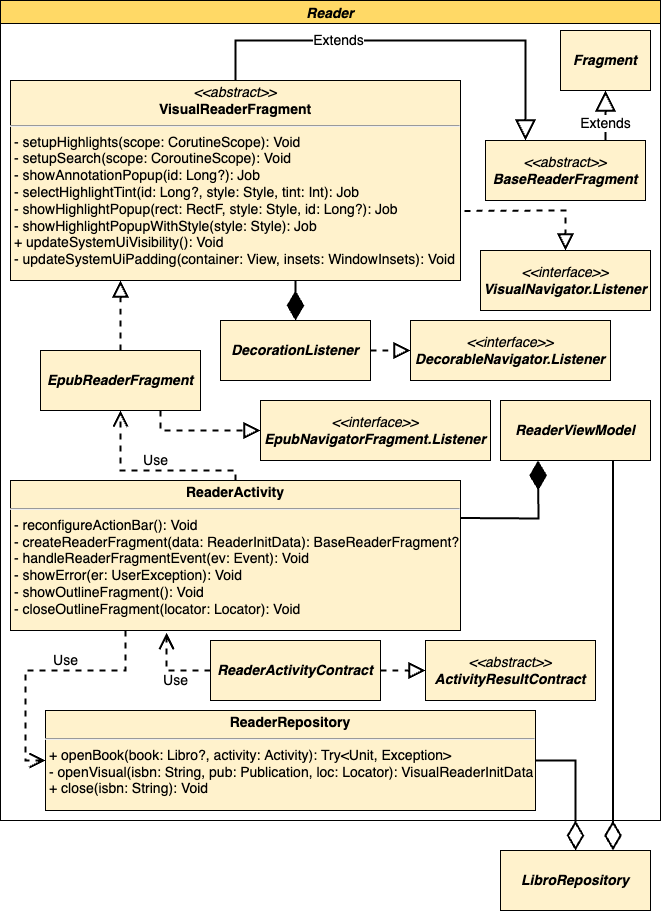
This is img/tesi-2-Page-16.drawio.png from paganellif/tesi-paganelli, a draw.io export, as it was before one commit. Source tidied: cells renumbered, new cells last; positions are measured from the earlier drawing's top-left corner, leaving out a move shared by most shapes.
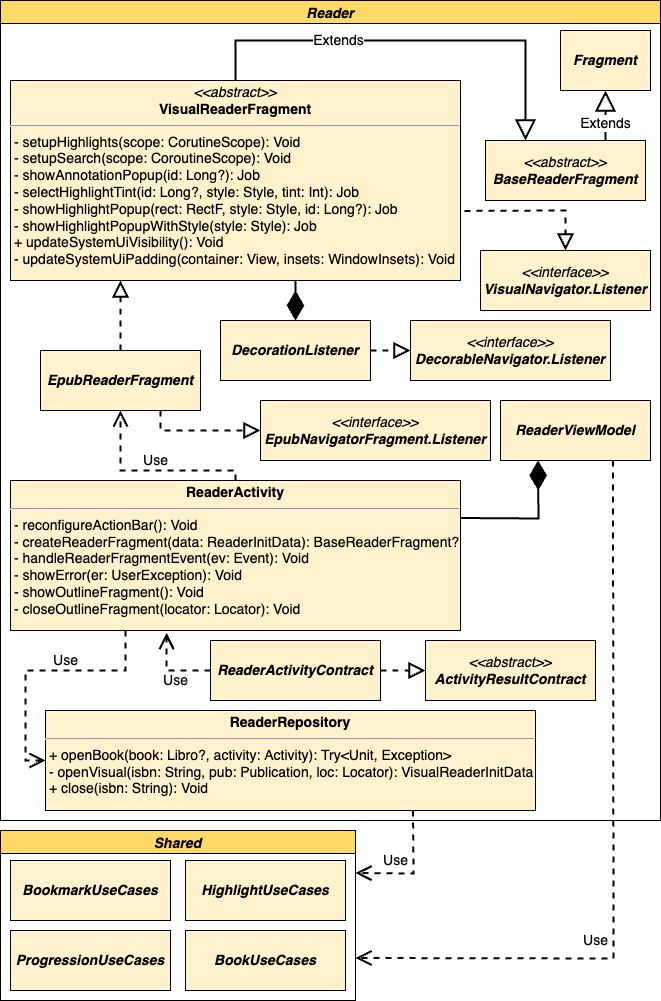
Later version of the same file.

Diff of the diagram source:
```diff
@@ -84,19 +84,6 @@
         </Array>
       </mxGeometry>
     </mxCell>
-    <mxCell id="19" value="&lt;span style=&quot;font-size: 14px;&quot;&gt;&lt;span style=&quot;font-size: 14px;&quot;&gt;&lt;b style=&quot;font-style: italic;&quot;&gt;LibroRepository&lt;/b&gt;&lt;/span&gt;&lt;/span&gt;" style="rounded=0;whiteSpace=wrap;html=1;fontSize=14;strokeColor=#000000;fillColor=#FFF2CC;" parent="1" vertex="1">
-      <mxGeometry x="500" y="850" width="150" height="60" as="geometry" />
-    </mxCell>
-    <mxCell id="20" style="endArrow=diamondThin;endFill=0;endSize=24;html=1;rounded=0;strokeWidth=2;fontSize=14;exitX=0.75;exitY=1;exitDx=0;exitDy=0;entryX=0.75;entryY=0;entryDx=0;entryDy=0;" parent="1" edge="1" source="17" target="19">
-      <mxGeometry relative="1" as="geometry" />
-    </mxCell>
-    <mxCell id="21" style="endArrow=diamondThin;endFill=0;endSize=24;html=1;rounded=0;strokeWidth=2;fontSize=14;entryX=0.5;entryY=0;entryDx=0;entryDy=0;exitX=1;exitY=0.5;exitDx=0;exitDy=0;" parent="1" edge="1" source="30" target="19">
-      <mxGeometry relative="1" as="geometry">
-        <Array as="points">
-          <mxPoint x="575" y="760" />
-        </Array>
-      </mxGeometry>
-    </mxCell>
     <mxCell id="22" value="Use" style="endArrow=open;endSize=12;dashed=1;html=1;rounded=0;fontSize=14;strokeWidth=2;entryX=0;entryY=0.5;entryDx=0;entryDy=0;" parent="1" edge="1" target="30">
       <mxGeometry x="-0.2" y="-10" relative="1" as="geometry">
         <mxPoint x="125" y="630" as="sourcePoint" />
@@ -131,5 +118,34 @@
     <mxCell id="30" value="&lt;p style=&quot;margin: 4px 0px 0px; text-align: center; font-size: 14px;&quot;&gt;&lt;b style=&quot;font-size: 14px;&quot;&gt;ReaderRepository&lt;/b&gt;&lt;/p&gt;&lt;hr style=&quot;font-size: 14px;&quot;&gt;&lt;p style=&quot;margin: 0px 0px 0px 4px; font-size: 14px;&quot;&gt;+ openBook(book: Libro?, activity: Activity): Try&amp;lt;Unit, Exception&amp;gt;&lt;/p&gt;&lt;p style=&quot;margin: 0px 0px 0px 4px; font-size: 14px;&quot;&gt;- openVisual(isbn: String, pub: Publication, loc: Locator): VisualReaderInitData&lt;/p&gt;&lt;p style=&quot;margin: 0px 0px 0px 4px; font-size: 14px;&quot;&gt;+ close(isbn: String): Void&lt;/p&gt;&lt;p style=&quot;margin: 0px 0px 0px 4px; font-size: 14px;&quot;&gt;&lt;br&gt;&lt;/p&gt;" style="verticalAlign=top;align=left;overflow=fill;fontSize=14;fontFamily=Helvetica;html=1;fillColor=#FFF2CC;strokeWidth=1;" parent="26" vertex="1">
       <mxGeometry x="45" y="710" width="490" height="100" as="geometry" />
     </mxCell>
+    <mxCell id="31" value="Shared" style="swimlane;fillColor=#FFD966;fontSize=14;fontStyle=3;" parent="1" vertex="1">
+      <mxGeometry y="830" width="355" height="170" as="geometry" />
+    </mxCell>
+    <mxCell id="32" value="&lt;span style=&quot;font-size: 14px;&quot;&gt;&lt;span style=&quot;font-size: 14px;&quot;&gt;&lt;b style=&quot;font-style: italic;&quot;&gt;BookmarkUseCases&lt;/b&gt;&lt;/span&gt;&lt;/span&gt;" style="rounded=0;whiteSpace=wrap;html=1;fontSize=14;strokeColor=#000000;fillColor=#FFF2CC;" parent="31" vertex="1">
+      <mxGeometry x="10" y="30" width="160" height="60" as="geometry" />
+    </mxCell>
+    <mxCell id="33" value="&lt;span style=&quot;font-size: 14px;&quot;&gt;&lt;span style=&quot;font-size: 14px;&quot;&gt;&lt;b style=&quot;font-style: italic;&quot;&gt;HighlightUseCases&lt;/b&gt;&lt;/span&gt;&lt;/span&gt;" style="rounded=0;whiteSpace=wrap;html=1;fontSize=14;strokeColor=#000000;fillColor=#FFF2CC;" parent="31" vertex="1">
+      <mxGeometry x="185" y="30" width="160" height="60" as="geometry" />
+    </mxCell>
+    <mxCell id="34" value="&lt;span style=&quot;font-size: 14px;&quot;&gt;&lt;span style=&quot;font-size: 14px;&quot;&gt;&lt;b style=&quot;font-style: italic;&quot;&gt;ProgressionUseCases&lt;/b&gt;&lt;/span&gt;&lt;/span&gt;" style="rounded=0;whiteSpace=wrap;html=1;fontSize=14;strokeColor=#000000;fillColor=#FFF2CC;" parent="31" vertex="1">
+      <mxGeometry x="10" y="100" width="160" height="60" as="geometry" />
+    </mxCell>
+    <mxCell id="35" value="&lt;span style=&quot;font-size: 14px;&quot;&gt;&lt;span style=&quot;font-size: 14px;&quot;&gt;&lt;b style=&quot;font-style: italic;&quot;&gt;BookUseCases&lt;/b&gt;&lt;/span&gt;&lt;/span&gt;" style="rounded=0;whiteSpace=wrap;html=1;fontSize=14;strokeColor=#000000;fillColor=#FFF2CC;" parent="31" vertex="1">
+      <mxGeometry x="185" y="100" width="160" height="60" as="geometry" />
+    </mxCell>
+    <mxCell id="36" value="Use" style="endArrow=open;endSize=12;dashed=1;html=1;rounded=0;fontSize=14;strokeWidth=2;entryX=1;entryY=0.25;entryDx=0;entryDy=0;exitX=0.75;exitY=1;exitDx=0;exitDy=0;" parent="1" edge="1" source="30" target="31">
+      <mxGeometry x="0.34" y="-13" relative="1" as="geometry">
+        <Array as="points">
+          <mxPoint x="413" y="873" />
+        </Array>
+      </mxGeometry>
+    </mxCell>
+    <mxCell id="37" value="Use" style="endArrow=open;endSize=12;dashed=1;html=1;rounded=0;fontSize=14;strokeWidth=2;entryX=1;entryY=0.75;entryDx=0;entryDy=0;exitX=0.75;exitY=1;exitDx=0;exitDy=0;" parent="1" edge="1" source="17" target="31">
+      <mxGeometry x="0.37" y="-18" relative="1" as="geometry">
+        <Array as="points">
+          <mxPoint x="613" y="958" />
+        </Array>
+      </mxGeometry>
+    </mxCell>
   </root>
 </mxGraphModel>
```
